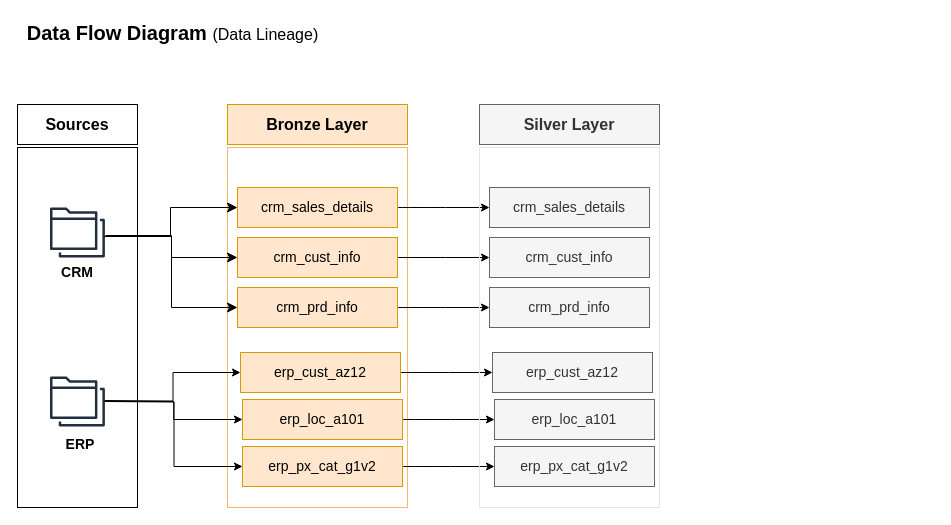
The draw.io diagram docs/diagrams/data_flow.drawio in NaimZaaraoui/data-warehouse-project-v2, before the edit. Source tidied: cells renumbered, new cells numbered last; positions are measured from the earlier drawing's top-left corner, leaving out a move shared by most shapes. Both pictures are drawn from the tidied source at 100%, with x=0, y=0 at pixel (17, 17).
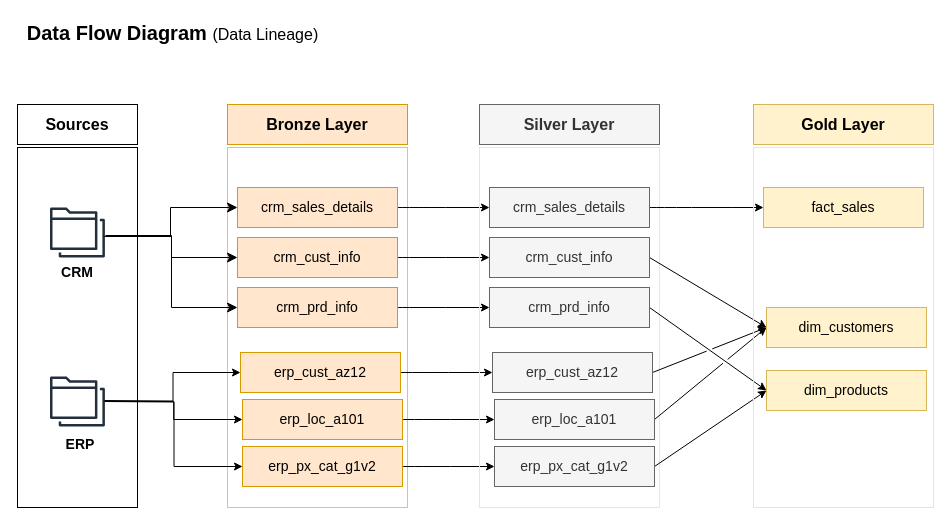
After the change.

Commit message (it also covers changes not shown here):
feat(diagrams): Update data flow diagram to include Gold Layer and connections for CRM and ERP tables

Unchanged cells that the change refers to:
```xml
<mxCell id="30" value="crm_sales_details" style="whiteSpace=wrap;html=1;align=center;fontSize=14;fillColor=#f5f5f5;strokeColor=#666666;fontColor=#333333;" parent="1" vertex="1">
  <mxGeometry x="472" y="170" width="160" height="40" as="geometry" />
</mxCell>
<mxCell id="31" value="crm_cust_info" style="whiteSpace=wrap;html=1;align=center;fontSize=14;fillColor=#f5f5f5;strokeColor=#666666;fontColor=#333333;" parent="1" vertex="1">
  <mxGeometry x="472" y="220" width="160" height="40" as="geometry" />
</mxCell>
<mxCell id="32" value="crm_prd_info" style="whiteSpace=wrap;html=1;align=center;fontSize=14;fillColor=#f5f5f5;strokeColor=#666666;fontColor=#333333;" parent="1" vertex="1">
  <mxGeometry x="472" y="270" width="160" height="40" as="geometry" />
</mxCell>
<mxCell id="34" value="erp_cust_az12" style="whiteSpace=wrap;html=1;align=center;fontSize=14;fillColor=#f5f5f5;strokeColor=#666666;fontColor=#333333;" parent="1" vertex="1">
  <mxGeometry x="475" y="335" width="160" height="40" as="geometry" />
</mxCell>
<mxCell id="35" value="erp_loc_a101" style="whiteSpace=wrap;html=1;align=center;fontSize=14;fillColor=#f5f5f5;strokeColor=#666666;fontColor=#333333;" parent="1" vertex="1">
  <mxGeometry x="477" y="382" width="160" height="40" as="geometry" />
</mxCell>
<mxCell id="36" value="erp_px_cat_g1v2" style="whiteSpace=wrap;html=1;align=center;fontSize=14;fillColor=#f5f5f5;strokeColor=#666666;fontColor=#333333;" parent="1" vertex="1">
  <mxGeometry x="477" y="429" width="160" height="40" as="geometry" />
</mxCell>
```

What changed in the source:
```diff
@@
+    <mxCell id="37" style="edgeStyle=orthogonalEdgeStyle;curved=1;rounded=0;jettySize=auto;html=1;exitX=1;exitY=0.5;exitDx=0;exitDy=0;entryX=0;entryY=0.5;entryDx=0;entryDy=0;" parent="1" edge="1" source="30" target="44">
+      <mxGeometry relative="1" as="geometry" />
+    </mxCell>
@@
+    <mxCell id="38" style="curved=0;rounded=0;jettySize=auto;html=1;exitX=1;exitY=0.5;exitDx=0;exitDy=0;entryX=0;entryY=0.5;entryDx=0;entryDy=0;jumpStyle=gap;" parent="1" edge="1" source="31" target="45">
+      <mxGeometry relative="1" as="geometry" />
+    </mxCell>
@@
+    <mxCell id="39" style="curved=0;rounded=0;jettySize=auto;html=1;exitX=1;exitY=0.5;exitDx=0;exitDy=0;entryX=0;entryY=0.5;entryDx=0;entryDy=0;jumpStyle=gap;" parent="1" edge="1" source="32" target="47">
+      <mxGeometry relative="1" as="geometry" />
+    </mxCell>
@@
+    <mxCell id="40" style="curved=0;rounded=0;jettySize=auto;html=1;exitX=1;exitY=0.5;exitDx=0;exitDy=0;entryX=0;entryY=0.5;entryDx=0;entryDy=0;jumpStyle=gap;" parent="1" edge="1" source="34" target="45">
+      <mxGeometry relative="1" as="geometry" />
+    </mxCell>
@@
+    <mxCell id="41" style="curved=0;rounded=0;jettySize=auto;html=1;exitX=1;exitY=0.5;exitDx=0;exitDy=0;entryX=0;entryY=0.5;entryDx=0;entryDy=0;jumpStyle=gap;" parent="1" edge="1" source="35" target="45">
+      <mxGeometry relative="1" as="geometry" />
+    </mxCell>
@@
+    <mxCell id="42" style="curved=0;rounded=0;jettySize=auto;html=1;exitX=1;exitY=0.5;exitDx=0;exitDy=0;entryX=0;entryY=0.5;entryDx=0;entryDy=0;jumpStyle=gap;" parent="1" edge="1" source="36" target="47">
+      <mxGeometry relative="1" as="geometry" />
+    </mxCell>
@@
+    <mxCell id="43" style="rounded=0;whiteSpace=wrap;html=1;strokeColor=#FFE599;fillColor=none;" parent="1" vertex="1">
+      <mxGeometry x="736" y="130" width="180" height="360" as="geometry" />
+    </mxCell>
+    <mxCell id="44" value="fact_sales" style="whiteSpace=wrap;html=1;align=center;fontSize=14;fillColor=#fff2cc;strokeColor=#d6b656;" parent="1" vertex="1">
+      <mxGeometry x="746" y="170" width="160" height="40" as="geometry" />
+    </mxCell>
+    <mxCell id="45" value="dim_customers" style="whiteSpace=wrap;html=1;align=center;fontSize=14;fillColor=#fff2cc;strokeColor=#d6b656;" parent="1" vertex="1">
+      <mxGeometry x="749" y="290" width="160" height="40" as="geometry" />
+    </mxCell>
+    <mxCell id="46" value="Gold Layer" style="rounded=0;whiteSpace=wrap;html=1;fontSize=16;fontStyle=1;fillColor=#fff2cc;strokeColor=#d6b656;" parent="1" vertex="1">
+      <mxGeometry x="736" y="87" width="180" height="40" as="geometry" />
+    </mxCell>
+    <mxCell id="47" value="dim_products" style="whiteSpace=wrap;html=1;align=center;fontSize=14;fillColor=#fff2cc;strokeColor=#d6b656;" parent="1" vertex="1">
+      <mxGeometry x="749" y="353" width="160" height="40" as="geometry" />
+    </mxCell>
```
